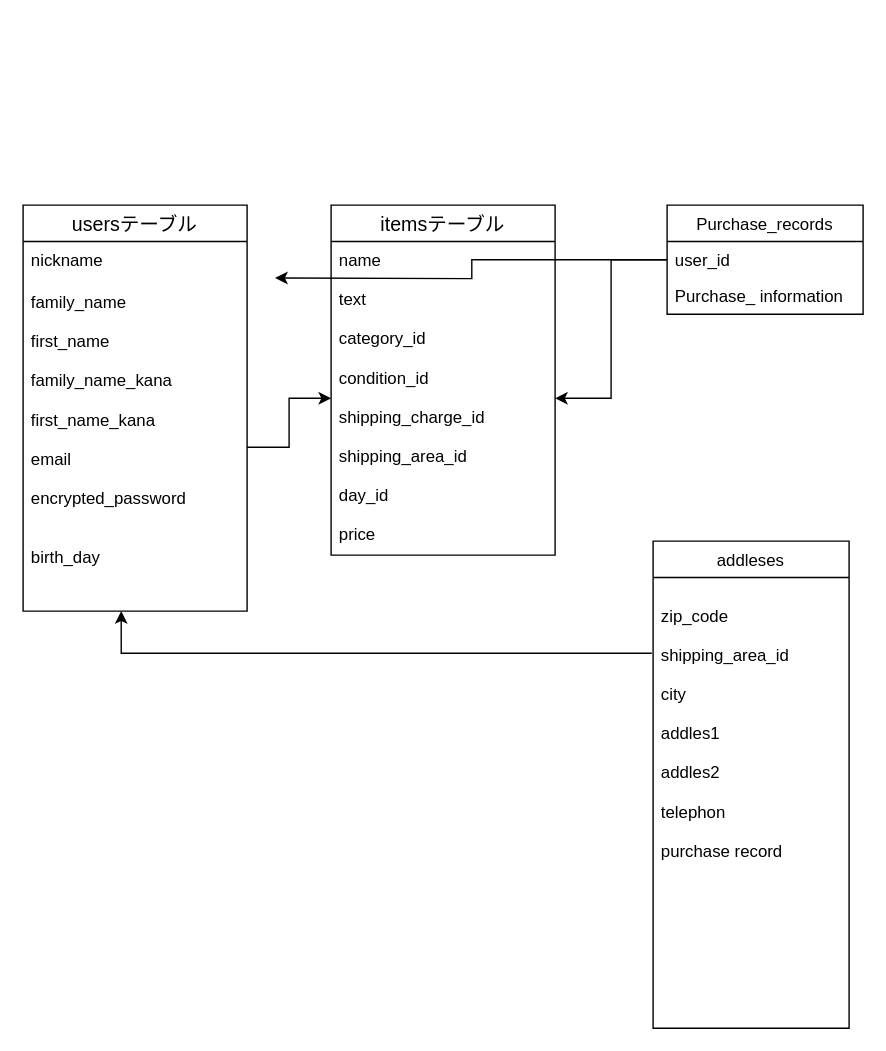
techman104/furima362381 keeps this draw.io diagram as app/test.dio. Above is the earlier version. Source tidied: cells renumbered, new cells numbered last; positions are measured from the earlier drawing's top-left corner, leaving out a move shared by most shapes. Both pictures are drawn from the tidied source at 140%, with x=0, y=0 at pixel (22, 204).
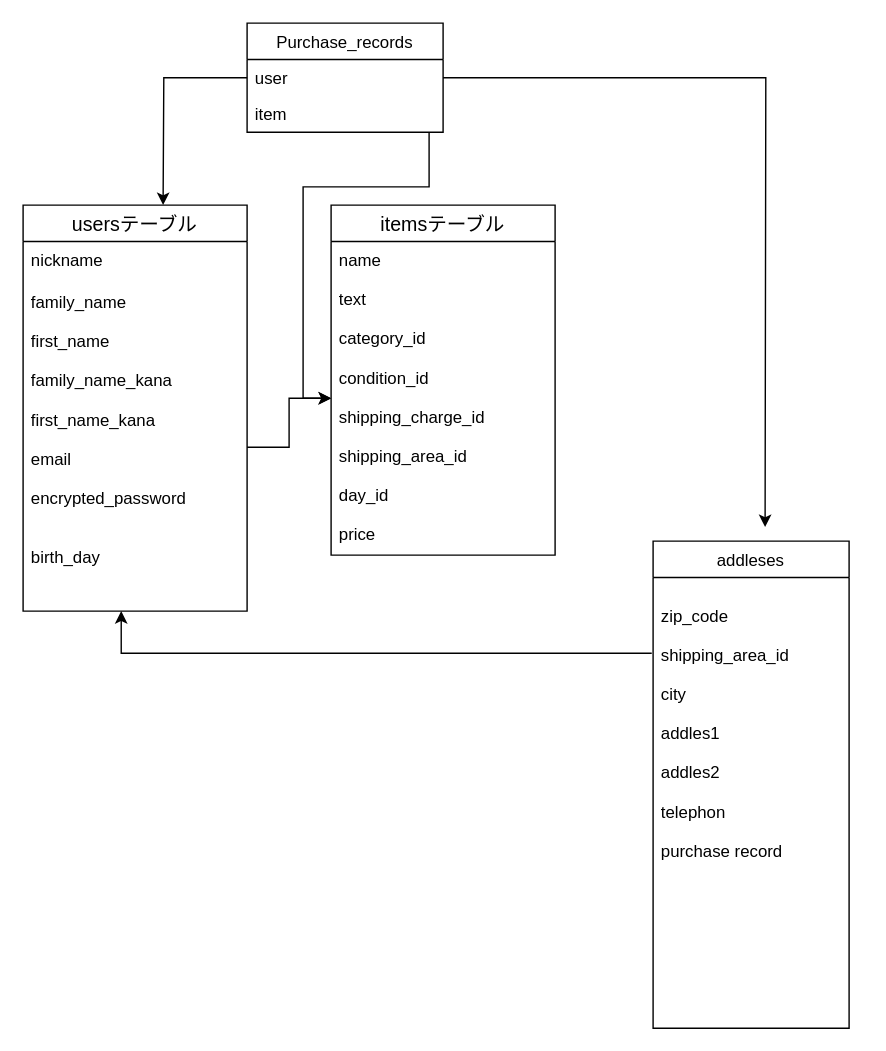
The same diagram, later.

Commit message (it also covers changes not shown here):
read meの修正

The change refers to these unchanged cells:
```xml
<mxCell id="7" value="name&#10;&#10;text&#10;&#10;category_id&#10;&#10;condition_id&#10;&#10;shipping_charge_id&#10;&#10;shipping_area_id&#10;&#10;day_id&#10;&#10;price&#10;&#10;" style="text;strokeColor=none;fillColor=none;spacingLeft=4;spacingRight=4;overflow=hidden;points=[[0,0.5],[1,0.5]];portConstraint=eastwest;fontSize=12;" parent="6" vertex="1">
  <mxGeometry y="26" width="160" height="224" as="geometry" />
</mxCell>
```

Diff of the diagram source:
```diff
@@
     <mxCell id="14" style="edgeStyle=orthogonalEdgeStyle;rounded=0;jettySize=auto;html=1;" parent="1" edge="1" source="16" target="7">
-      <mxGeometry relative="1" as="geometry" />
+      <mxGeometry relative="1" as="geometry">
+        <Array as="points">
+          <mxPoint x="290" y="-13" />
+          <mxPoint x="200" y="-13" />
+          <mxPoint x="200" y="138" />
+        </Array>
+      </mxGeometry>
     </mxCell>
     <mxCell id="15" style="edgeStyle=orthogonalEdgeStyle;rounded=0;jettySize=auto;html=1;" parent="1" edge="1" source="16">
       <mxGeometry relative="1" as="geometry">
-        <mxPoint x="180" y="52" as="targetPoint" />
+        <mxPoint x="100" as="targetPoint" />
       </mxGeometry>
     </mxCell>
     <mxCell id="16" value="Purchase_records" style="swimlane;fontStyle=0;horizontal=1;startSize=26;" parent="1" vertex="1">
-      <mxGeometry x="460" width="140" height="78" as="geometry" />
+      <mxGeometry x="160" y="-130" width="140" height="78" as="geometry" />
     </mxCell>
-    <mxCell id="17" value="user_id" style="text;strokeColor=none;fillColor=none;align=left;verticalAlign=top;spacingLeft=4;spacingRight=4;overflow=hidden;points=[[0,0.5],[1,0.5]];portConstraint=eastwest;" parent="16" vertex="1">
+    <mxCell id="17" value="user" style="text;strokeColor=none;fillColor=none;align=left;verticalAlign=top;spacingLeft=4;spacingRight=4;overflow=hidden;points=[[0,0.5],[1,0.5]];portConstraint=eastwest;" parent="16" vertex="1">
       <mxGeometry y="26" width="140" height="26" as="geometry" />
     </mxCell>
-    <mxCell id="18" value="Purchase_ information" style="text;strokeColor=none;fillColor=none;align=left;verticalAlign=top;spacingLeft=4;spacingRight=4;overflow=hidden;" parent="16" vertex="1">
+    <mxCell id="18" value="item" style="text;strokeColor=none;fillColor=none;align=left;verticalAlign=top;spacingLeft=4;spacingRight=4;overflow=hidden;" parent="16" vertex="1">
       <mxGeometry y="52" width="140" height="26" as="geometry" />
     </mxCell>
+    <mxCell id="19" style="edgeStyle=orthogonalEdgeStyle;rounded=0;jettySize=auto;html=1;exitX=1;exitY=0.5;exitDx=0;exitDy=0;" parent="1" edge="1" source="17">
+      <mxGeometry relative="1" as="geometry">
+        <mxPoint x="530" y="230" as="targetPoint" />
+      </mxGeometry>
+    </mxCell>
```
